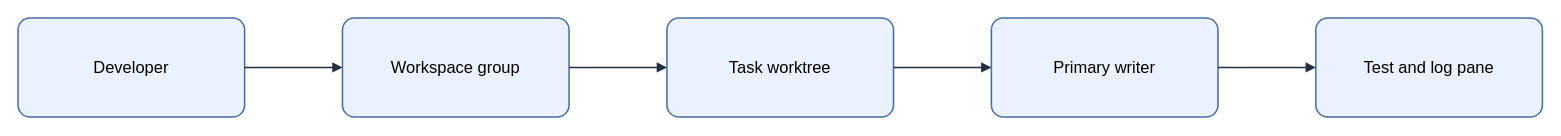
This is assets/img/ai/agentic-development-workspace.drawio from KKamJi98/kkamji98.github.io, a draw.io file, before an edit. Source tidied: cells renumbered, new cells numbered last; positions are measured from the earlier drawing's top-left corner, leaving out a move shared by most shapes. Both pictures are drawn from the tidied source at 103%, with x=0, y=0 at pixel (18, 18).
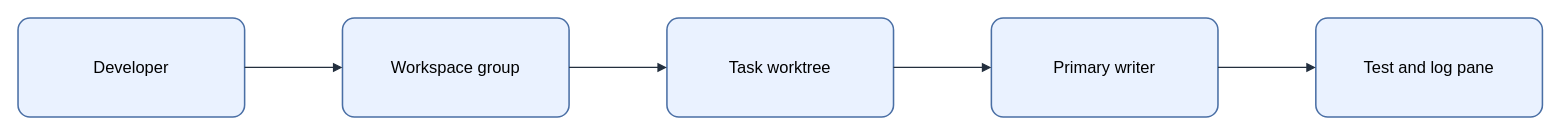
The same page after the edit.

The edit, as a diff of the source:
```diff
@@
 <mxGraphModel background="#FFFFFF">
   <root>
     <mxCell id="0" />
     <mxCell id="1" parent="0" />
-    <mxCell id="2" value="&lt;font style=&quot;color: rgb(0, 0, 0);&quot;&gt;Developer&lt;/font&gt;" style="rounded=1;arcSize=12;whiteSpace=wrap;html=1;fillColor=#EAF2FF;strokeColor=#4A6FA5;strokeWidth=1.5;fontColor=#000000;fontSize=16;align=center;verticalAlign=middle;spacing=8;shadow=0;" parent="1" vertex="1">
+    <mxCell id="2" value="Developer" style="rounded=1;arcSize=12;whiteSpace=wrap;html=0;fillColor=#EAF2FF;strokeColor=#4A6FA5;strokeWidth=1.5;fontColor=#000000;fontSize=16;align=center;verticalAlign=middle;spacing=8;shadow=0;" parent="1" vertex="1">
       <mxGeometry width="220" height="96" as="geometry" />
     </mxCell>
-    <mxCell id="3" value="&lt;font style=&quot;color: rgb(0, 0, 0);&quot;&gt;Workspace group&lt;/font&gt;" style="rounded=1;arcSize=12;whiteSpace=wrap;html=1;fillColor=#EAF2FF;strokeColor=#4A6FA5;strokeWidth=1.5;fontColor=#000000;fontSize=16;align=center;verticalAlign=middle;spacing=8;shadow=0;" parent="1" vertex="1">
+    <mxCell id="3" value="Workspace group" style="rounded=1;arcSize=12;whiteSpace=wrap;html=0;fillColor=#EAF2FF;strokeColor=#4A6FA5;strokeWidth=1.5;fontColor=#000000;fontSize=16;align=center;verticalAlign=middle;spacing=8;shadow=0;" parent="1" vertex="1">
       <mxGeometry x="315" width="220" height="96" as="geometry" />
     </mxCell>
-    <mxCell id="4" value="&lt;font style=&quot;color: rgb(0, 0, 0);&quot;&gt;Task worktree&lt;/font&gt;" style="rounded=1;arcSize=12;whiteSpace=wrap;html=1;fillColor=#EAF2FF;strokeColor=#4A6FA5;strokeWidth=1.5;fontColor=#000000;fontSize=16;align=center;verticalAlign=middle;spacing=8;shadow=0;" parent="1" vertex="1">
+    <mxCell id="4" value="Task worktree" style="rounded=1;arcSize=12;whiteSpace=wrap;html=0;fillColor=#EAF2FF;strokeColor=#4A6FA5;strokeWidth=1.5;fontColor=#000000;fontSize=16;align=center;verticalAlign=middle;spacing=8;shadow=0;" parent="1" vertex="1">
       <mxGeometry x="630" width="220" height="96" as="geometry" />
     </mxCell>
-    <mxCell id="5" value="&lt;font style=&quot;color: rgb(0, 0, 0);&quot;&gt;Primary writer&lt;/font&gt;" style="rounded=1;arcSize=12;whiteSpace=wrap;html=1;fillColor=#EAF2FF;strokeColor=#4A6FA5;strokeWidth=1.5;fontColor=#000000;fontSize=16;align=center;verticalAlign=middle;spacing=8;shadow=0;" parent="1" vertex="1">
+    <mxCell id="5" value="Primary writer" style="rounded=1;arcSize=12;whiteSpace=wrap;html=0;fillColor=#EAF2FF;strokeColor=#4A6FA5;strokeWidth=1.5;fontColor=#000000;fontSize=16;align=center;verticalAlign=middle;spacing=8;shadow=0;" parent="1" vertex="1">
       <mxGeometry x="945" width="220" height="96" as="geometry" />
     </mxCell>
-    <mxCell id="6" value="&lt;font style=&quot;color: rgb(0, 0, 0);&quot;&gt;Test and log pane&lt;/font&gt;" style="rounded=1;arcSize=12;whiteSpace=wrap;html=1;fillColor=#EAF2FF;strokeColor=#4A6FA5;strokeWidth=1.5;fontColor=#000000;fontSize=16;align=center;verticalAlign=middle;spacing=8;shadow=0;" parent="1" vertex="1">
+    <mxCell id="6" value="Test and log pane" style="rounded=1;arcSize=12;whiteSpace=wrap;html=0;fillColor=#EAF2FF;strokeColor=#4A6FA5;strokeWidth=1.5;fontColor=#000000;fontSize=16;align=center;verticalAlign=middle;spacing=8;shadow=0;" parent="1" vertex="1">
       <mxGeometry x="1260" width="220" height="96" as="geometry" />
     </mxCell>
-    <mxCell id="7" style="edgeStyle=orthogonalEdgeStyle;rounded=0;jettySize=auto;html=1;endArrow=block;endFill=1;strokeColor=#232F3E;strokeWidth=1.5;fontColor=#000000;labelBackgroundColor=none;exitX=1;exitY=0.5;exitDx=0;exitDy=0;entryX=0;entryY=0.5;entryDx=0;entryDy=0;" parent="1" edge="1" source="2" target="3">
+    <mxCell id="7" style="edgeStyle=orthogonalEdgeStyle;rounded=0;jettySize=auto;html=0;endArrow=block;endFill=1;strokeColor=#232F3E;strokeWidth=1.25;fontColor=#000000;labelBackgroundColor=none;exitX=1;exitY=0.5;exitDx=0;exitDy=0;entryX=0;entryY=0.5;entryDx=0;entryDy=0;" parent="1" edge="1" source="2" target="3">
       <mxGeometry relative="1" as="geometry" />
     </mxCell>
-    <mxCell id="8" style="edgeStyle=orthogonalEdgeStyle;rounded=0;jettySize=auto;html=1;endArrow=block;endFill=1;strokeColor=#232F3E;strokeWidth=1.5;fontColor=#000000;labelBackgroundColor=none;exitX=1;exitY=0.5;exitDx=0;exitDy=0;entryX=0;entryY=0.5;entryDx=0;entryDy=0;" parent="1" edge="1" source="3" target="4">
+    <mxCell id="8" style="edgeStyle=orthogonalEdgeStyle;rounded=0;jettySize=auto;html=0;endArrow=block;endFill=1;strokeColor=#232F3E;strokeWidth=1.25;fontColor=#000000;labelBackgroundColor=none;exitX=1;exitY=0.5;exitDx=0;exitDy=0;entryX=0;entryY=0.5;entryDx=0;entryDy=0;" parent="1" edge="1" source="3" target="4">
       <mxGeometry relative="1" as="geometry" />
     </mxCell>
-    <mxCell id="9" style="edgeStyle=orthogonalEdgeStyle;rounded=0;jettySize=auto;html=1;endArrow=block;endFill=1;strokeColor=#232F3E;strokeWidth=1.5;fontColor=#000000;labelBackgroundColor=none;exitX=1;exitY=0.5;exitDx=0;exitDy=0;entryX=0;entryY=0.5;entryDx=0;entryDy=0;" parent="1" edge="1" source="4" target="5">
+    <mxCell id="9" style="edgeStyle=orthogonalEdgeStyle;rounded=0;jettySize=auto;html=0;endArrow=block;endFill=1;strokeColor=#232F3E;strokeWidth=1.25;fontColor=#000000;labelBackgroundColor=none;exitX=1;exitY=0.5;exitDx=0;exitDy=0;entryX=0;entryY=0.5;entryDx=0;entryDy=0;" parent="1" edge="1" source="4" target="5">
       <mxGeometry relative="1" as="geometry" />
     </mxCell>
-    <mxCell id="10" style="edgeStyle=orthogonalEdgeStyle;rounded=0;jettySize=auto;html=1;endArrow=block;endFill=1;strokeColor=#232F3E;strokeWidth=1.5;fontColor=#000000;labelBackgroundColor=none;exitX=1;exitY=0.5;exitDx=0;exitDy=0;entryX=0;entryY=0.5;entryDx=0;entryDy=0;" parent="1" edge="1" source="5" target="6">
+    <mxCell id="10" style="edgeStyle=orthogonalEdgeStyle;rounded=0;jettySize=auto;html=0;endArrow=block;endFill=1;strokeColor=#232F3E;strokeWidth=1.25;fontColor=#000000;labelBackgroundColor=none;exitX=1;exitY=0.5;exitDx=0;exitDy=0;entryX=0;entryY=0.5;entryDx=0;entryDy=0;" parent="1" edge="1" source="5" target="6">
       <mxGeometry relative="1" as="geometry" />
     </mxCell>
   </root>
 </mxGraphModel>
```
